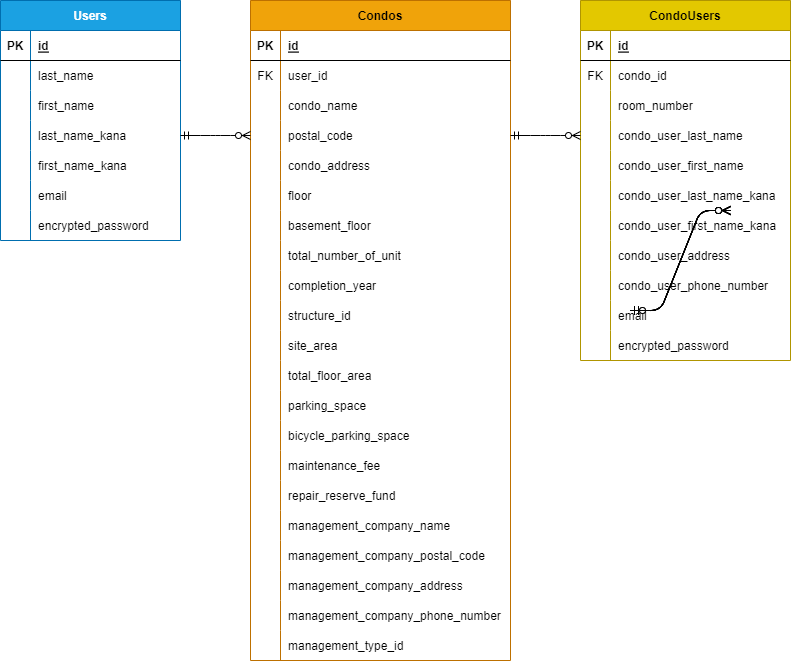
The draw.io diagram ER.drawio.png in sumachanabc/Rem, before a commit. Source tidied: cells renumbered, new cells last; positions are measured from the earlier drawing's top-left corner, leaving out a move shared by most shapes.
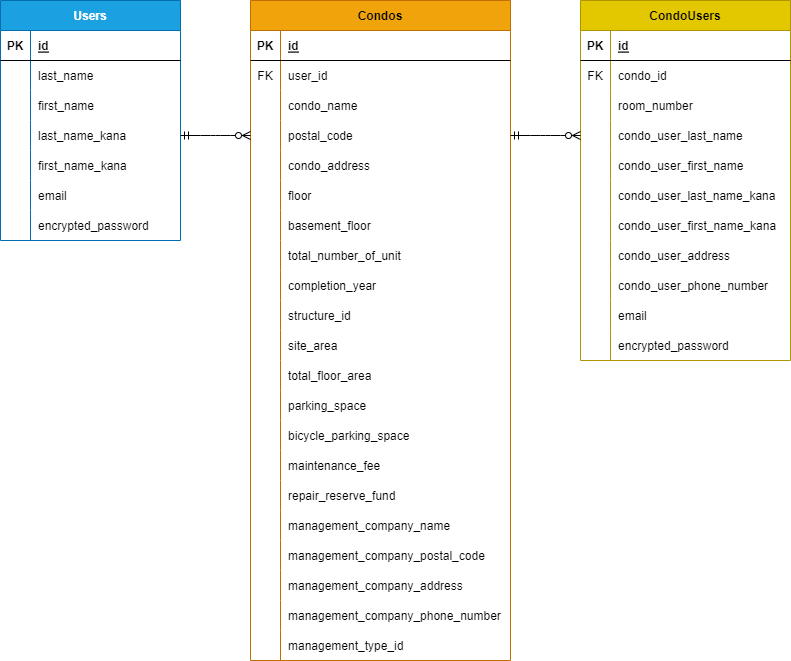
The same file after the commit.

What changed in the source:
```diff
@@ -362,51 +362,9 @@
     <mxCell id="121" value="encrypted_password" style="shape=partialRectangle;fillColor=none;top=0;left=0;bottom=0;right=0;align=left;spacingLeft=6;overflow=hidden;" parent="119" vertex="1">
       <mxGeometry x="30" width="180" height="30" as="geometry" />
     </mxCell>
-    <mxCell id="122" style="edgeStyle=entityRelationEdgeStyle;fontSize=12;html=1;endArrow=ERzeroToMany;startArrow=ERmandOne;" parent="1" edge="1">
-      <mxGeometry relative="1" as="geometry">
-        <mxPoint x="630" y="310" as="sourcePoint" />
-        <mxPoint x="730" y="210" as="targetPoint" />
-      </mxGeometry>
-    </mxCell>
-    <mxCell id="123" style="edgeStyle=entityRelationEdgeStyle;fontSize=12;html=1;endArrow=ERzeroToMany;startArrow=ERzeroToOne;" parent="1" edge="1">
-      <mxGeometry relative="1" as="geometry">
-        <mxPoint x="630" y="310" as="sourcePoint" />
-        <mxPoint x="730" y="210" as="targetPoint" />
-      </mxGeometry>
-    </mxCell>
-    <mxCell id="124" style="edgeStyle=entityRelationEdgeStyle;fontSize=12;html=1;endArrow=ERzeroToMany;startArrow=ERzeroToOne;" parent="1" edge="1">
-      <mxGeometry relative="1" as="geometry">
-        <mxPoint x="630" y="310" as="sourcePoint" />
-        <mxPoint x="730" y="210" as="targetPoint" />
-      </mxGeometry>
-    </mxCell>
-    <mxCell id="125" style="edgeStyle=entityRelationEdgeStyle;fontSize=12;html=1;endArrow=ERzeroToMany;startArrow=ERmandOne;" parent="1" edge="1">
-      <mxGeometry relative="1" as="geometry">
-        <mxPoint x="630" y="310" as="sourcePoint" />
-        <mxPoint x="730" y="210" as="targetPoint" />
-      </mxGeometry>
-    </mxCell>
-    <mxCell id="126" style="edgeStyle=entityRelationEdgeStyle;fontSize=12;html=1;endArrow=ERzeroToMany;startArrow=ERmandOne;" parent="1" edge="1">
-      <mxGeometry relative="1" as="geometry">
-        <mxPoint x="630" y="310" as="sourcePoint" />
-        <mxPoint x="730" y="210" as="targetPoint" />
-      </mxGeometry>
-    </mxCell>
-    <mxCell id="127" style="edgeStyle=entityRelationEdgeStyle;fontSize=12;html=1;endArrow=ERzeroToMany;startArrow=ERmandOne;" parent="1" edge="1">
-      <mxGeometry relative="1" as="geometry">
-        <mxPoint x="630" y="310" as="sourcePoint" />
-        <mxPoint x="730" y="210" as="targetPoint" />
-      </mxGeometry>
-    </mxCell>
     <mxCell id="128" style="edgeStyle=entityRelationEdgeStyle;fontSize=12;html=1;endArrow=ERzeroToMany;startArrow=ERmandOne;entryX=0;entryY=0.5;entryDx=0;entryDy=0;exitX=1;exitY=0.5;exitDx=0;exitDy=0;" parent="1" edge="1" source="12" target="34">
       <mxGeometry relative="1" as="geometry" />
     </mxCell>
-    <mxCell id="129" style="edgeStyle=entityRelationEdgeStyle;fontSize=12;html=1;endArrow=ERzeroToMany;startArrow=ERmandOne;" parent="1" edge="1">
-      <mxGeometry relative="1" as="geometry">
-        <mxPoint x="630" y="310" as="sourcePoint" />
-        <mxPoint x="730" y="210" as="targetPoint" />
-      </mxGeometry>
-    </mxCell>
     <mxCell id="130" style="edgeStyle=entityRelationEdgeStyle;fontSize=12;html=1;endArrow=ERzeroToMany;startArrow=ERmandOne;entryX=0;entryY=0.5;entryDx=0;entryDy=0;exitX=1;exitY=0.5;exitDx=0;exitDy=0;" parent="1" edge="1" source="34" target="98">
       <mxGeometry relative="1" as="geometry" />
     </mxCell>
```
